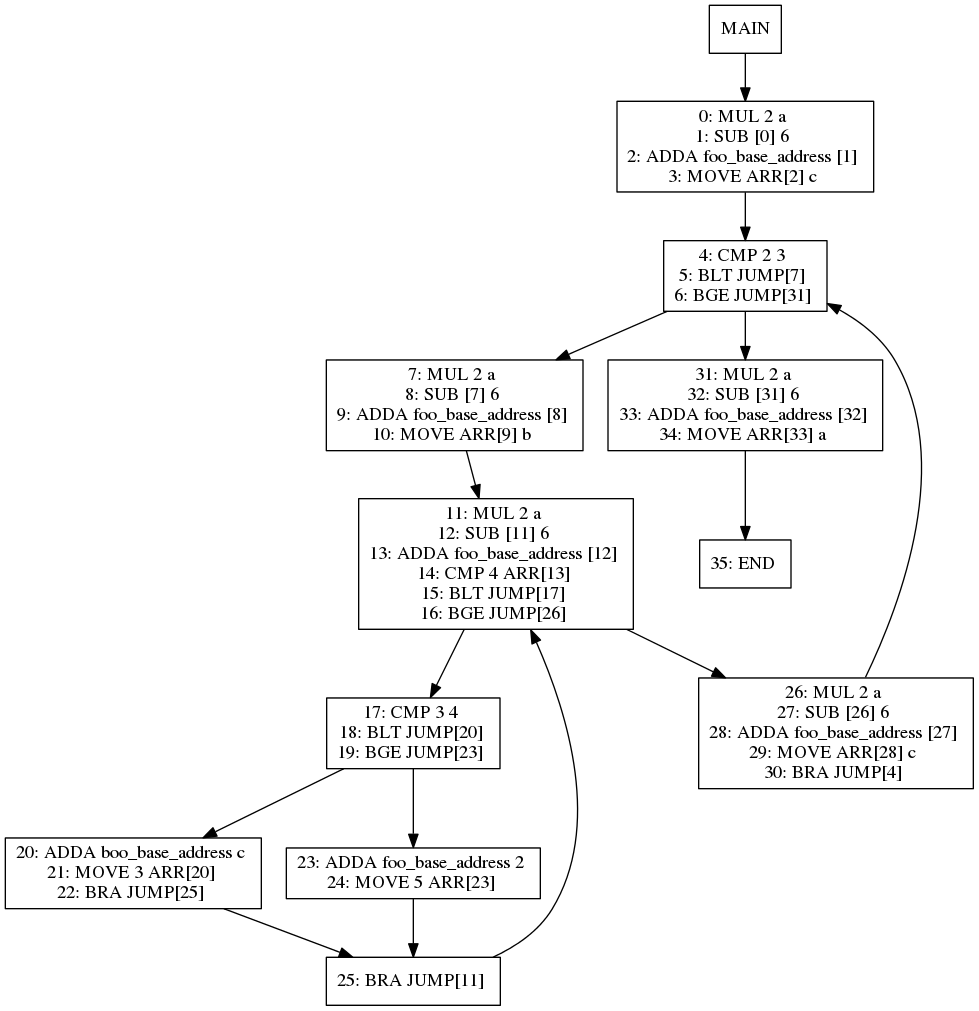
The Graphviz diagram viz/test027.dot.png in jiahanwang/PL241-Compiler, before a commit. Its source is kept beside it as viz/test027.dot.
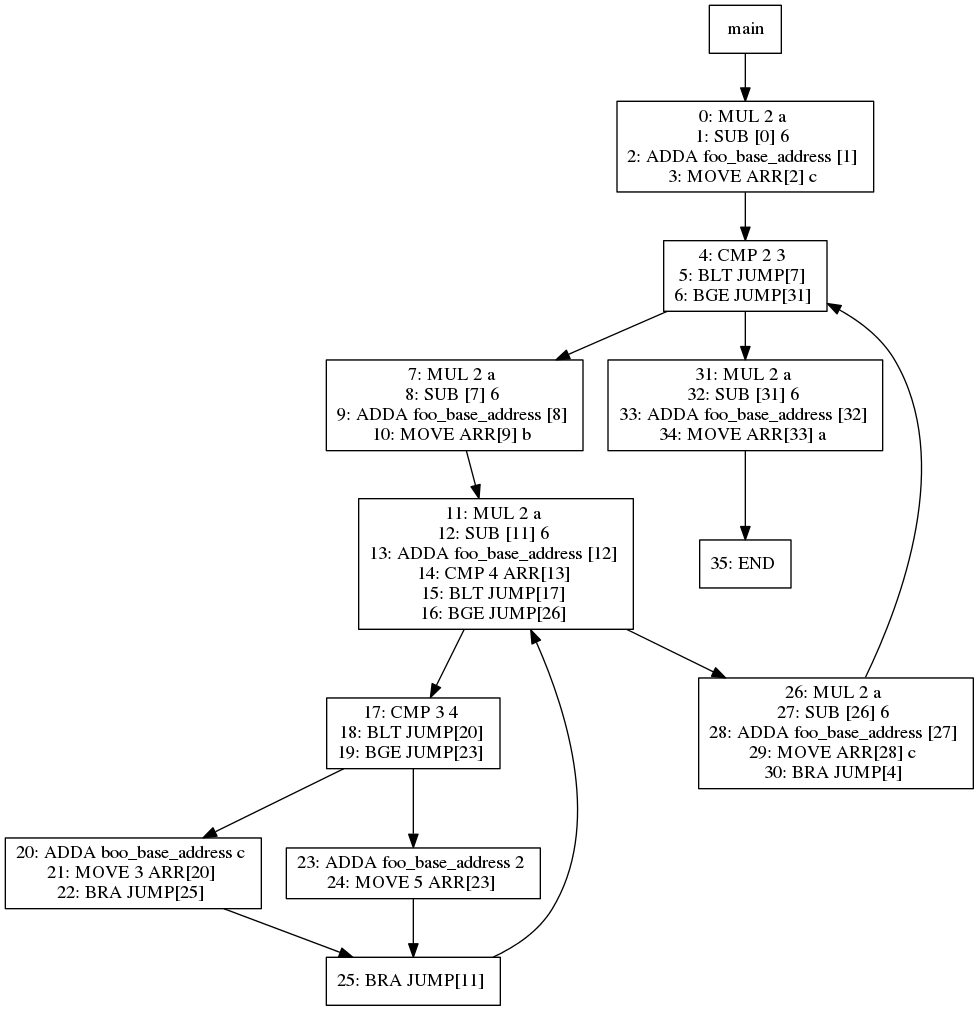
After the commit.

Change to the diagram source:
```diff
@@ -1,65 +1,65 @@
 digraph test027 {
 node [shape=box]
-1[label="MAIN"]
-1 -> 4
-4[label="0: MUL 2 a
+492[label="main"]
+492 -> 495
+495[label="0: MUL 2 a
 1: SUB [0] 6
 2: ADDA foo_base_address [1]
 3: MOVE ARR[2] c
 "]
-4 -> 5
-5[label="4: CMP 2 3
+495 -> 496
+496[label="4: CMP 2 3
 5: BLT JUMP[7]
 6: BGE JUMP[31]
 "]
-5 -> 7
-7[label="7: MUL 2 a
+496 -> 498
+498[label="7: MUL 2 a
 8: SUB [7] 6
 9: ADDA foo_base_address [8]
 10: MOVE ARR[9] b
 "]
-7 -> 8
-8[label="11: MUL 2 a
+498 -> 499
+499[label="11: MUL 2 a
 12: SUB [11] 6
 13: ADDA foo_base_address [12]
 14: CMP 4 ARR[13]
 15: BLT JUMP[17]
 16: BGE JUMP[26]
 "]
-8 -> 10
-10[label="17: CMP 3 4
+499 -> 501
+501[label="17: CMP 3 4
 18: BLT JUMP[20]
 19: BGE JUMP[23]
 "]
-10 -> 12
-12[label="20: ADDA boo_base_address c
+501 -> 503
+503[label="20: ADDA boo_base_address c
 21: MOVE 3 ARR[20]
 22: BRA JUMP[25]
 "]
-12 -> 11
-11[label="25: BRA JUMP[11]
+503 -> 502
+502[label="25: BRA JUMP[11]
 "]
-11 -> 8
-10 -> 13
-13[label="23: ADDA foo_base_address 2
+502 -> 499
+501 -> 504
+504[label="23: ADDA foo_base_address 2
 24: MOVE 5 ARR[23]
 "]
-13 -> 11
-8 -> 9
-9[label="26: MUL 2 a
+504 -> 502
+499 -> 500
+500[label="26: MUL 2 a
 27: SUB [26] 6
 28: ADDA foo_base_address [27]
 29: MOVE ARR[28] c
 30: BRA JUMP[4]
 "]
-9 -> 5
-5 -> 6
-6[label="31: MUL 2 a
+500 -> 496
+496 -> 497
+497[label="31: MUL 2 a
 32: SUB [31] 6
 33: ADDA foo_base_address [32]
 34: MOVE ARR[33] a
 "]
-6 -> 16
-16[label="35: END
+497 -> 507
+507[label="35: END
 "]
 }
```
